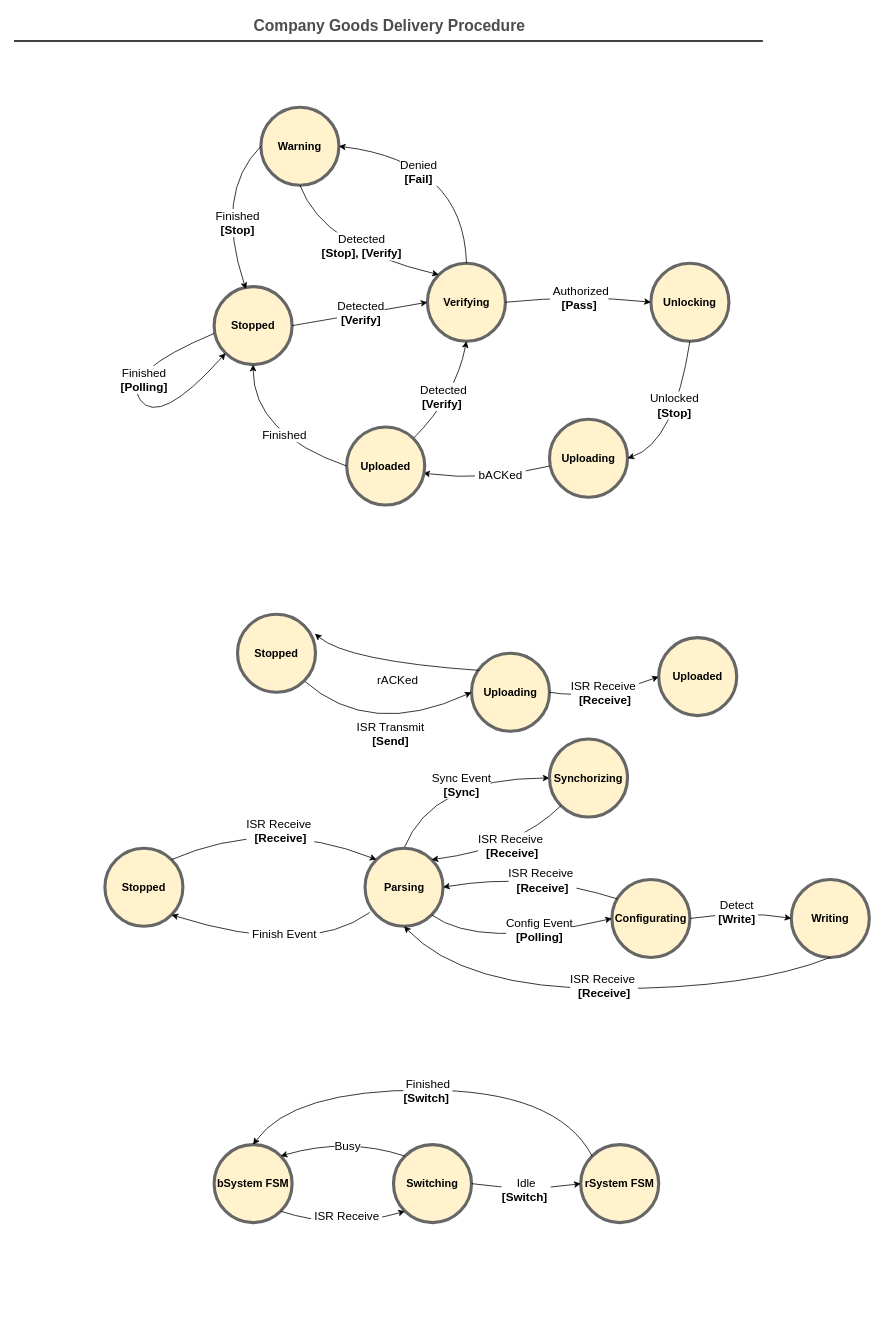
The draw.io diagram Docs/overallStateMachine.drawio in trieu1162000/AESD, before the edit. Source tidied: cells renumbered, new cells numbered last; positions are measured from the earlier drawing's top-left corner, leaving out a move shared by most shapes. Both pictures are drawn from the tidied source at 78%, with x=0, y=0 at pixel (14, 13).
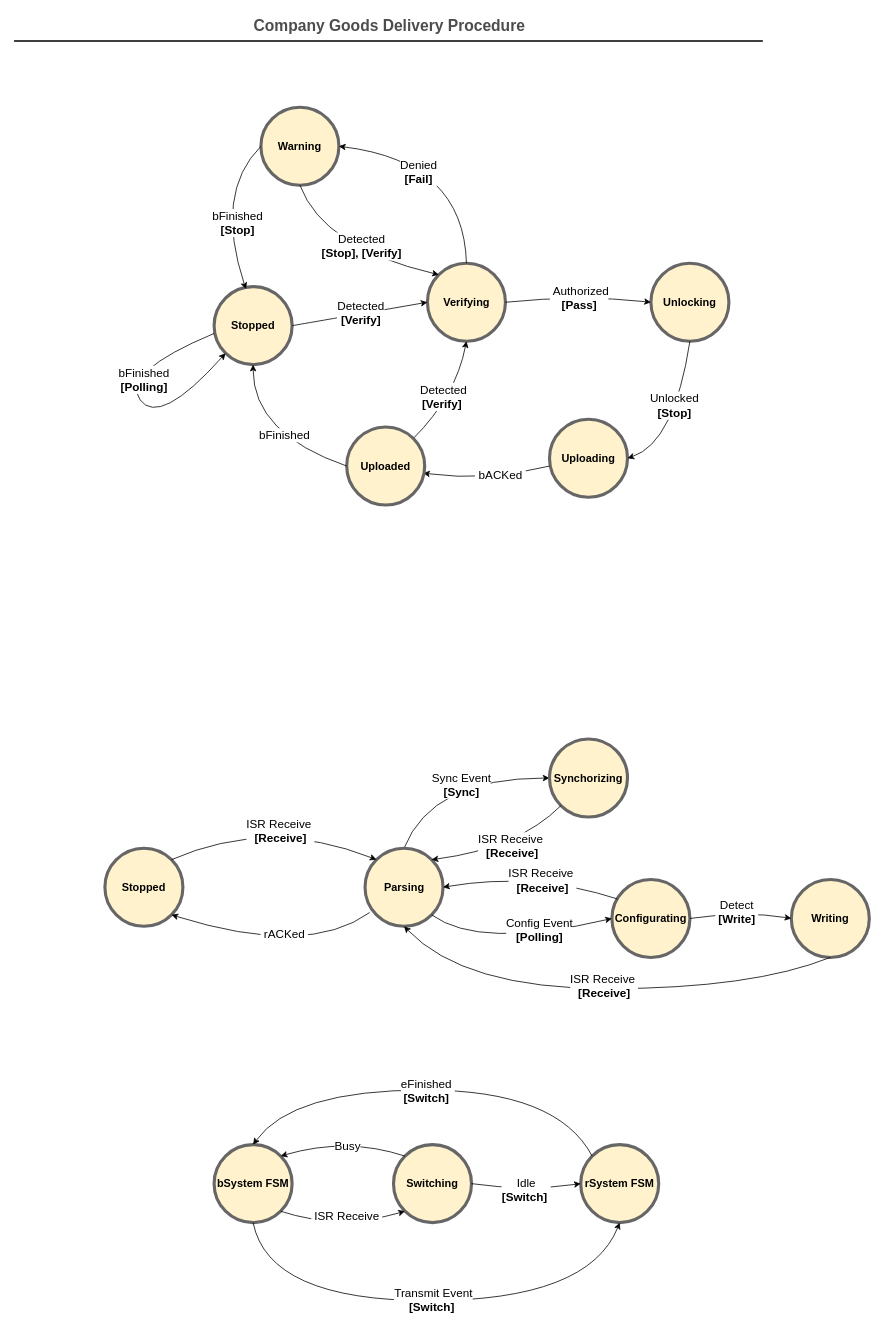
After the change.

The change refers to these unchanged cells:
```xml
<mxCell id="15" style="curved=1;endArrow=classic;html=1;rounded=0;exitX=0;exitY=0.5;exitDx=0;exitDy=0;entryX=0.408;entryY=0.031;entryDx=0;entryDy=0;entryPerimeter=0;" parent="1" edge="1" source="4" target="8">
  <mxGeometry relative="1" as="geometry">
    <Array as="points">
      <mxPoint x="256" y="230" />
    </Array>
  </mxGeometry>
</mxCell>
<mxCell id="45" style="curved=1;endArrow=classic;html=1;rounded=0;exitX=0.06;exitY=0.824;exitDx=0;exitDy=0;entryX=1;entryY=1;entryDx=0;entryDy=0;exitPerimeter=0;" parent="1" edge="1" source="33" target="26">
  <mxGeometry relative="1" as="geometry">
    <Array as="points">
      <mxPoint x="376" y="1210" />
    </Array>
  </mxGeometry>
</mxCell>
<mxCell id="50" style="curved=1;endArrow=classic;html=1;rounded=0;exitX=0;exitY=0.5;exitDx=0;exitDy=0;entryX=0;entryY=1;entryDx=0;entryDy=0;" parent="1" edge="1" target="8">
  <mxGeometry relative="1" as="geometry">
    <mxPoint x="256" y="410" as="sourcePoint" />
    <Array as="points">
      <mxPoint x="136" y="460" />
      <mxPoint x="186" y="530" />
    </Array>
  </mxGeometry>
</mxCell>
<mxCell id="53" style="curved=1;endArrow=classic;html=1;rounded=0;exitX=0;exitY=0.5;exitDx=0;exitDy=0;" parent="1" edge="1" source="52" target="8">
  <mxGeometry relative="1" as="geometry">
    <Array as="points">
      <mxPoint x="306" y="538.5" />
    </Array>
  </mxGeometry>
</mxCell>
<mxCell id="57" value="&lt;font style=&quot;font-size: 14px;&quot;&gt;&lt;b&gt;bSystem FSM&lt;/b&gt;&lt;/font&gt;" style="ellipse;whiteSpace=wrap;html=1;strokeWidth=4;fillColor=#fff2cc;strokeColor=#666666;" parent="1" vertex="1">
  <mxGeometry x="256" y="1450" width="100" height="100" as="geometry" />
</mxCell>
<mxCell id="62" value="&lt;font style=&quot;font-size: 14px;&quot;&gt;&lt;b&gt;rSystem FSM&lt;/b&gt;&lt;/font&gt;" style="ellipse;whiteSpace=wrap;html=1;strokeWidth=4;fillColor=#fff2cc;strokeColor=#666666;" parent="1" vertex="1">
  <mxGeometry x="726" y="1450" width="100" height="100" as="geometry" />
</mxCell>
<mxCell id="65" style="curved=1;endArrow=classic;html=1;rounded=0;exitX=0;exitY=0;exitDx=0;exitDy=0;entryX=0.5;entryY=0;entryDx=0;entryDy=0;" parent="1" edge="1" source="62" target="57">
  <mxGeometry relative="1" as="geometry">
    <Array as="points">
      <mxPoint x="696" y="1380" />
      <mxPoint x="356" y="1380" />
    </Array>
  </mxGeometry>
</mxCell>
```

Diff of the diagram source:
```diff
@@
-    <mxCell id="16" value="&lt;font style=&quot;font-size: 15px;&quot;&gt;Finished&lt;br&gt;&lt;b style=&quot;border-color: var(--border-color);&quot;&gt;[Stop]&lt;/b&gt;&lt;br&gt;&lt;/font&gt;" style="edgeLabel;html=1;align=center;verticalAlign=middle;" parent="15" vertex="1">
+    <mxCell id="16" value="&lt;font style=&quot;font-size: 15px;&quot;&gt;bFinished&lt;br&gt;&lt;b style=&quot;border-color: var(--border-color);&quot;&gt;[Stop]&lt;/b&gt;&lt;br&gt;&lt;/font&gt;" style="edgeLabel;html=1;align=center;verticalAlign=middle;" parent="15" vertex="1">
       <mxGeometry x="0.05" y="5" relative="1" as="geometry">
         <mxPoint x="16" y="12" as="offset" />
       </mxGeometry>
     </mxCell>
@@
-    <mxCell id="25" value="&lt;font style=&quot;font-size: 14px;&quot;&gt;&lt;b&gt;Uploading&lt;/b&gt;&lt;/font&gt;" style="ellipse;whiteSpace=wrap;html=1;strokeWidth=4;fillColor=#fff2cc;strokeColor=#666666;" parent="1" vertex="1">
-      <mxGeometry x="586" y="820" width="100" height="100" as="geometry" />
-    </mxCell>
@@
-    <mxCell id="27" style="curved=1;endArrow=classic;html=1;rounded=0;exitX=0.1;exitY=0.22;exitDx=0;exitDy=0;exitPerimeter=0;entryX=0.992;entryY=0.249;entryDx=0;entryDy=0;entryPerimeter=0;" parent="1" edge="1" source="25" target="70">
-      <mxGeometry relative="1" as="geometry">
-        <Array as="points">
-          <mxPoint x="426" y="830" />
-        </Array>
-      </mxGeometry>
-    </mxCell>
-    <mxCell id="28" value="&lt;span style=&quot;font-size: 15px;&quot;&gt;&amp;nbsp;rACKed&amp;nbsp;&lt;br&gt;&lt;/span&gt;" style="edgeLabel;html=1;align=center;verticalAlign=middle;" parent="27" vertex="1">
-      <mxGeometry x="0.01" y="2" relative="1" as="geometry">
-        <mxPoint x="7" y="17" as="offset" />
-      </mxGeometry>
-    </mxCell>
-    <mxCell id="29" style="curved=1;endArrow=classic;html=1;rounded=0;exitX=1;exitY=1;exitDx=0;exitDy=0;entryX=0;entryY=0.5;entryDx=0;entryDy=0;" parent="1" edge="1" source="70" target="25">
-      <mxGeometry relative="1" as="geometry">
-        <Array as="points">
-          <mxPoint x="456" y="930" />
-        </Array>
-      </mxGeometry>
-    </mxCell>
-    <mxCell id="30" value="&lt;span style=&quot;font-size: 15px;&quot;&gt;ISR Transmit&lt;br&gt;&lt;b&gt;[Send]&lt;/b&gt;&lt;br&gt;&lt;/span&gt;" style="edgeLabel;html=1;align=center;verticalAlign=middle;" parent="29" vertex="1">
-      <mxGeometry x="0.01" y="2" relative="1" as="geometry">
-        <mxPoint x="12" y="1" as="offset" />
-      </mxGeometry>
-    </mxCell>
@@
-    <mxCell id="46" value="&lt;font style=&quot;font-size: 15px;&quot;&gt;&amp;nbsp;Finish Event&amp;nbsp;&lt;br&gt;&lt;/font&gt;" style="edgeLabel;html=1;align=center;verticalAlign=middle;" parent="45" vertex="1">
+    <mxCell id="46" value="&lt;font style=&quot;font-size: 15px;&quot;&gt;&amp;nbsp;rACKed&amp;nbsp;&lt;br&gt;&lt;/font&gt;" style="edgeLabel;html=1;align=center;verticalAlign=middle;" parent="45" vertex="1">
       <mxGeometry x="0.05" y="5" relative="1" as="geometry">
         <mxPoint x="19" y="-20" as="offset" />
       </mxGeometry>
     </mxCell>
@@
-    <mxCell id="51" value="&lt;font style=&quot;font-size: 15px;&quot;&gt;Finished&lt;br&gt;&lt;b style=&quot;border-color: var(--border-color);&quot;&gt;[Polling]&lt;/b&gt;&lt;br&gt;&lt;/font&gt;" style="edgeLabel;html=1;align=center;verticalAlign=middle;" parent="50" vertex="1">
+    <mxCell id="51" value="&lt;font style=&quot;font-size: 15px;&quot;&gt;bFinished&lt;br&gt;&lt;b style=&quot;border-color: var(--border-color);&quot;&gt;[Polling]&lt;/b&gt;&lt;br&gt;&lt;/font&gt;" style="edgeLabel;html=1;align=center;verticalAlign=middle;" parent="50" vertex="1">
       <mxGeometry x="0.05" y="5" relative="1" as="geometry">
         <mxPoint x="-4" y="-29" as="offset" />
       </mxGeometry>
     </mxCell>
@@
-    <mxCell id="54" value="&lt;font style=&quot;font-size: 15px;&quot;&gt;Finished&lt;br&gt;&lt;/font&gt;" style="edgeLabel;html=1;align=center;verticalAlign=middle;" parent="53" vertex="1">
+    <mxCell id="54" value="&lt;font style=&quot;font-size: 15px;&quot;&gt;bFinished&lt;br&gt;&lt;/font&gt;" style="edgeLabel;html=1;align=center;verticalAlign=middle;" parent="53" vertex="1">
       <mxGeometry x="0.05" y="5" relative="1" as="geometry">
         <mxPoint x="28" y="-8" as="offset" />
       </mxGeometry>
     </mxCell>
@@
-    <mxCell id="66" value="&lt;span style=&quot;font-size: 15px;&quot;&gt;Finished&lt;br&gt;&lt;b&gt;[Switch]&amp;nbsp;&lt;/b&gt;&lt;br&gt;&lt;/span&gt;" style="edgeLabel;html=1;align=center;verticalAlign=middle;" parent="65" vertex="1">
+    <mxCell id="66" value="&lt;span style=&quot;font-size: 15px;&quot;&gt;eFinished&amp;nbsp;&lt;br&gt;&lt;b&gt;[Switch]&amp;nbsp;&lt;/b&gt;&lt;br&gt;&lt;/span&gt;" style="edgeLabel;html=1;align=center;verticalAlign=middle;" parent="65" vertex="1">
       <mxGeometry x="0.01" y="2" relative="1" as="geometry">
         <mxPoint x="1" y="-2" as="offset" />
       </mxGeometry>
     </mxCell>
-    <mxCell id="67" value="&lt;font style=&quot;font-size: 14px;&quot;&gt;&lt;b&gt;Uploaded&lt;/b&gt;&lt;/font&gt;" style="ellipse;whiteSpace=wrap;html=1;strokeWidth=4;fillColor=#fff2cc;strokeColor=#666666;" parent="1" vertex="1">
-      <mxGeometry x="826" y="800" width="100" height="100" as="geometry" />
-    </mxCell>
-    <mxCell id="68" style="curved=1;endArrow=classic;html=1;rounded=0;exitX=1;exitY=0.5;exitDx=0;exitDy=0;entryX=0;entryY=0.5;entryDx=0;entryDy=0;" parent="1" edge="1" source="25" target="67">
-      <mxGeometry relative="1" as="geometry">
-        <Array as="points">
-          <mxPoint x="746" y="880" />
-        </Array>
-      </mxGeometry>
-    </mxCell>
-    <mxCell id="69" value="&lt;span style=&quot;font-size: 15px;&quot;&gt;ISR Receive&amp;nbsp;&lt;br&gt;&lt;b&gt;[Receive]&lt;/b&gt;&lt;br&gt;&lt;/span&gt;" style="edgeLabel;html=1;align=center;verticalAlign=middle;" parent="68" vertex="1">
-      <mxGeometry x="0.01" y="2" relative="1" as="geometry">
-        <mxPoint x="-1" y="-4" as="offset" />
-      </mxGeometry>
-    </mxCell>
-    <mxCell id="70" value="&lt;font style=&quot;font-size: 14px;&quot;&gt;&lt;b&gt;Stopped&lt;/b&gt;&lt;/font&gt;" style="ellipse;whiteSpace=wrap;html=1;strokeWidth=4;fillColor=#fff2cc;strokeColor=#666666;" parent="1" vertex="1">
-      <mxGeometry x="286" y="770" width="100" height="100" as="geometry" />
-    </mxCell>
+    <mxCell id="71" style="curved=1;endArrow=classic;html=1;rounded=0;exitX=0.5;exitY=1;exitDx=0;exitDy=0;entryX=0.5;entryY=1;entryDx=0;entryDy=0;" parent="1" edge="1" source="57" target="62">
+      <mxGeometry relative="1" as="geometry">
+        <Array as="points">
+          <mxPoint x="326" y="1650" />
+          <mxPoint x="736" y="1650" />
+        </Array>
+      </mxGeometry>
+    </mxCell>
+    <mxCell id="72" value="&lt;span style=&quot;font-size: 15px;&quot;&gt;Transmit Event&lt;br&gt;&lt;b&gt;[Switch]&amp;nbsp;&lt;/b&gt;&lt;br&gt;&lt;/span&gt;" style="edgeLabel;html=1;align=center;verticalAlign=middle;" parent="71" vertex="1">
+      <mxGeometry x="0.01" y="2" relative="1" as="geometry">
+        <mxPoint x="-1" as="offset" />
+      </mxGeometry>
+    </mxCell>
```
